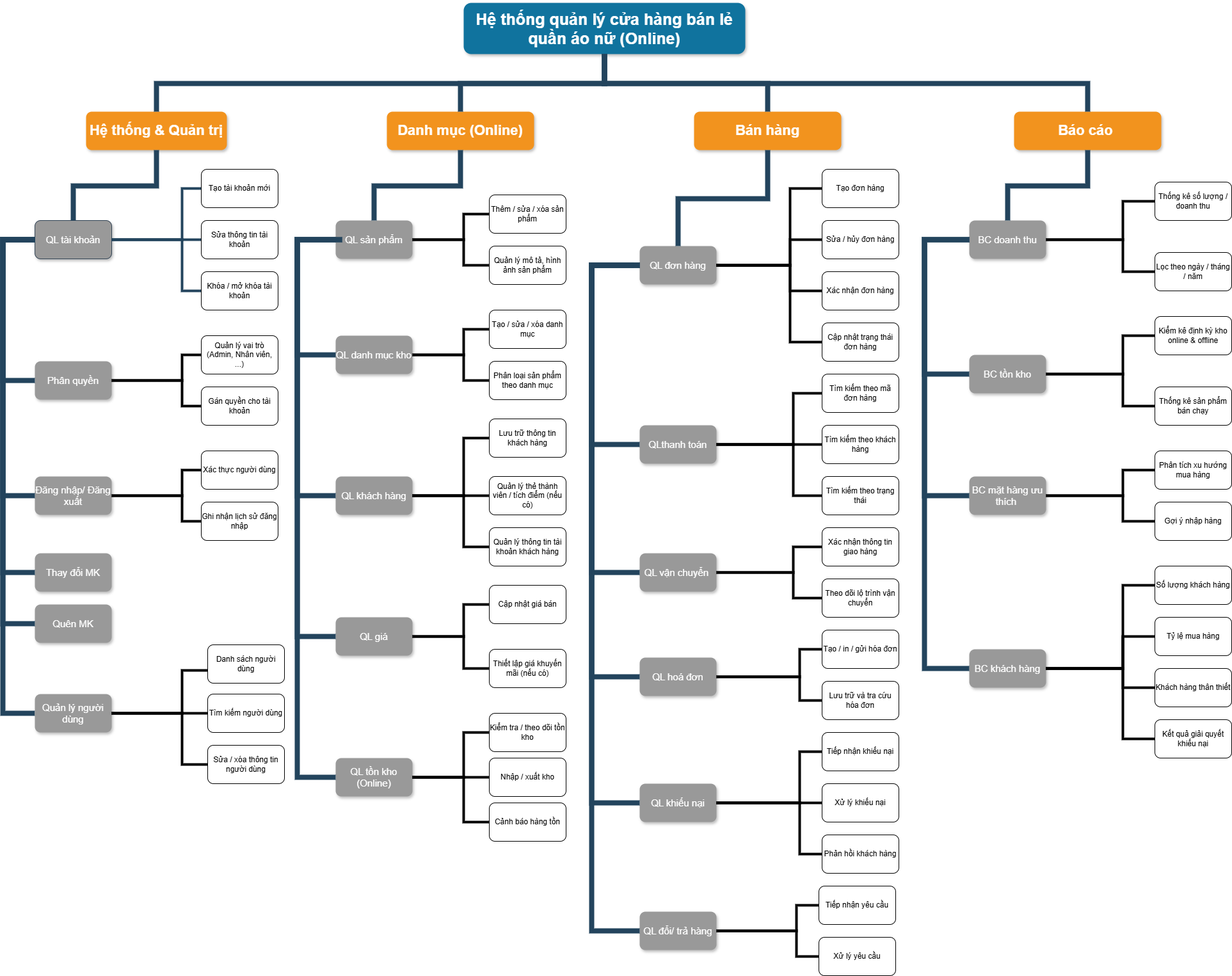
The draw.io diagram clothesShop.drawio.png in Vulien/Diagram, before a commit. Source tidied: cells renumbered, new cells last; positions are measured from the earlier drawing's top-left corner, leaving out a move shared by most shapes.
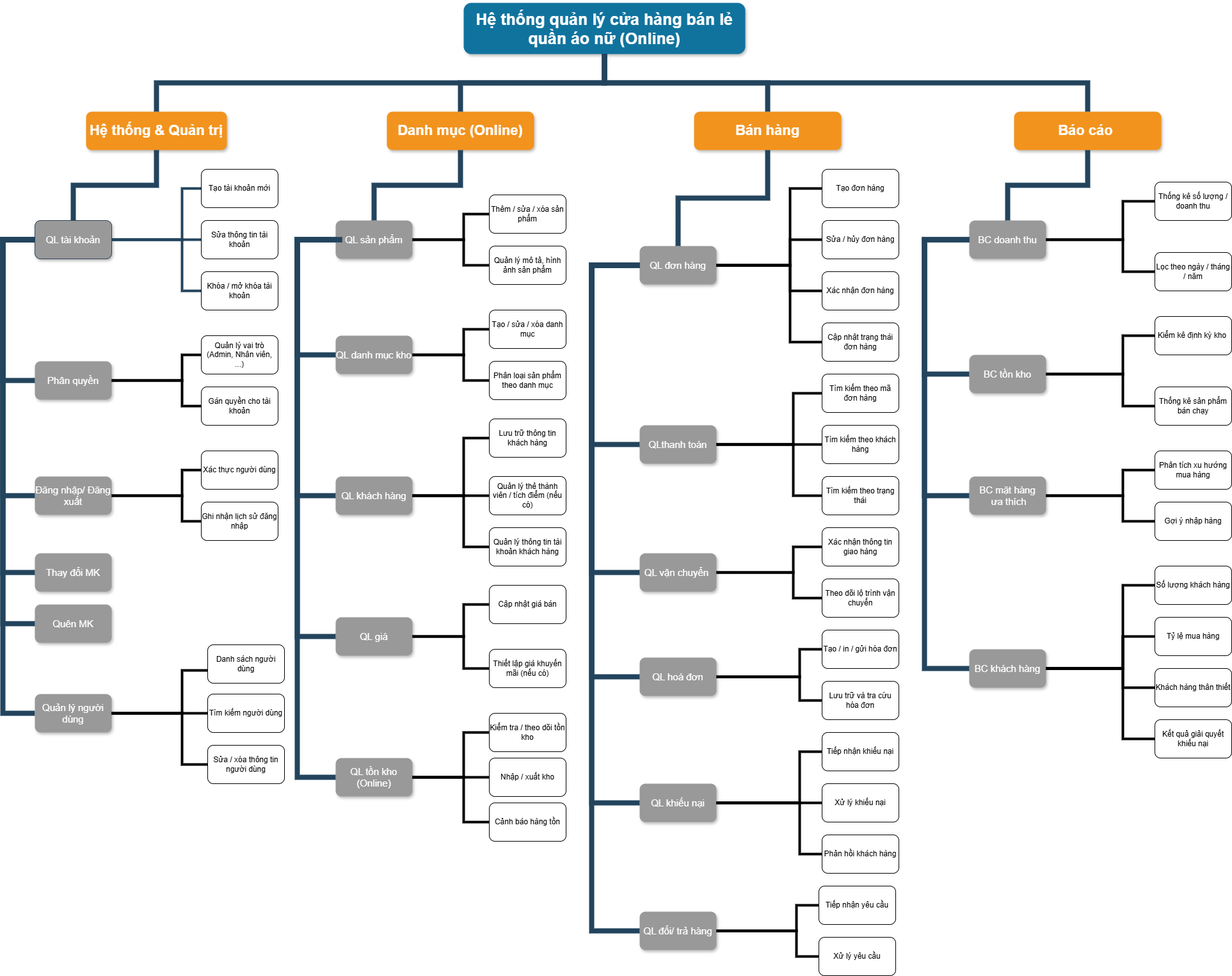
After the commit.

Commit message:
Cập nhật clothesShop.drawio.png

Diff of the diagram source:
```diff
@@ -170,7 +170,7 @@
     <mxCell id="34" value="BC tồn kho" style="whiteSpace=wrap;rounded=1;fillColor=#999999;strokeColor=none;shadow=1;fontColor=#FFFFFF;fontStyle=0;fontSize=15;" parent="1" vertex="1">
       <mxGeometry x="1610" y="550" width="120" height="60" as="geometry" />
     </mxCell>
-    <mxCell id="35" value="BC mặt hàng ưu thích " style="whiteSpace=wrap;rounded=1;fillColor=#999999;strokeColor=none;shadow=1;fontColor=#FFFFFF;fontStyle=0;fontSize=15;" parent="1" vertex="1">
+    <mxCell id="35" value="BC mặt hàng&#10; ưa thích" style="whiteSpace=wrap;rounded=1;fillColor=#999999;strokeColor=none;shadow=1;fontColor=#FFFFFF;fontStyle=0;fontSize=15;" parent="1" vertex="1">
       <mxGeometry x="1610" y="740" width="120" height="60" as="geometry" />
     </mxCell>
     <mxCell id="36" style="edgeStyle=elbowEdgeStyle;elbow=horizontal;rounded=0;fontColor=#000000;endArrow=none;endFill=0;strokeWidth=8;strokeColor=#23445D;" parent="1" edge="1" source="33" target="34">
@@ -615,7 +615,7 @@
     <mxCell id="117" value="Lọc theo ngày / tháng / năm" style="rounded=1;whiteSpace=wrap;html=1;" parent="1" vertex="1">
       <mxGeometry x="1900" y="390" width="120" height="60" as="geometry" />
     </mxCell>
-    <mxCell id="118" value="Kiểm kê định kỳ kho online &amp;amp; offline" style="rounded=1;whiteSpace=wrap;html=1;" parent="1" vertex="1">
+    <mxCell id="118" value="Kiểm kê định kỳ kho&amp;nbsp;" style="rounded=1;whiteSpace=wrap;html=1;" parent="1" vertex="1">
       <mxGeometry x="1900" y="490" width="120" height="60" as="geometry" />
     </mxCell>
     <mxCell id="119" value="Thống kê sản phẩm bán chạy" style="rounded=1;whiteSpace=wrap;html=1;" parent="1" vertex="1">
```
